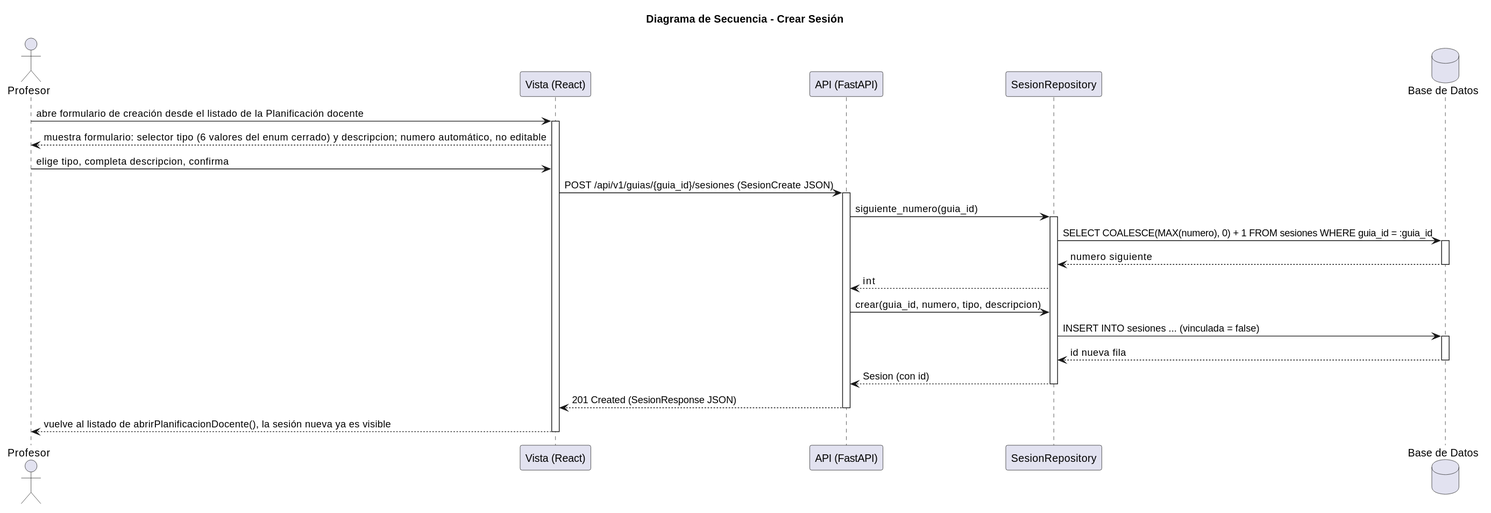
This is images/RUP/03-diseño/casos-uso/crearSesion/secuencia.svg from mmasias/pyCeldaPublico, a PlantUML export, as it was before one commit.
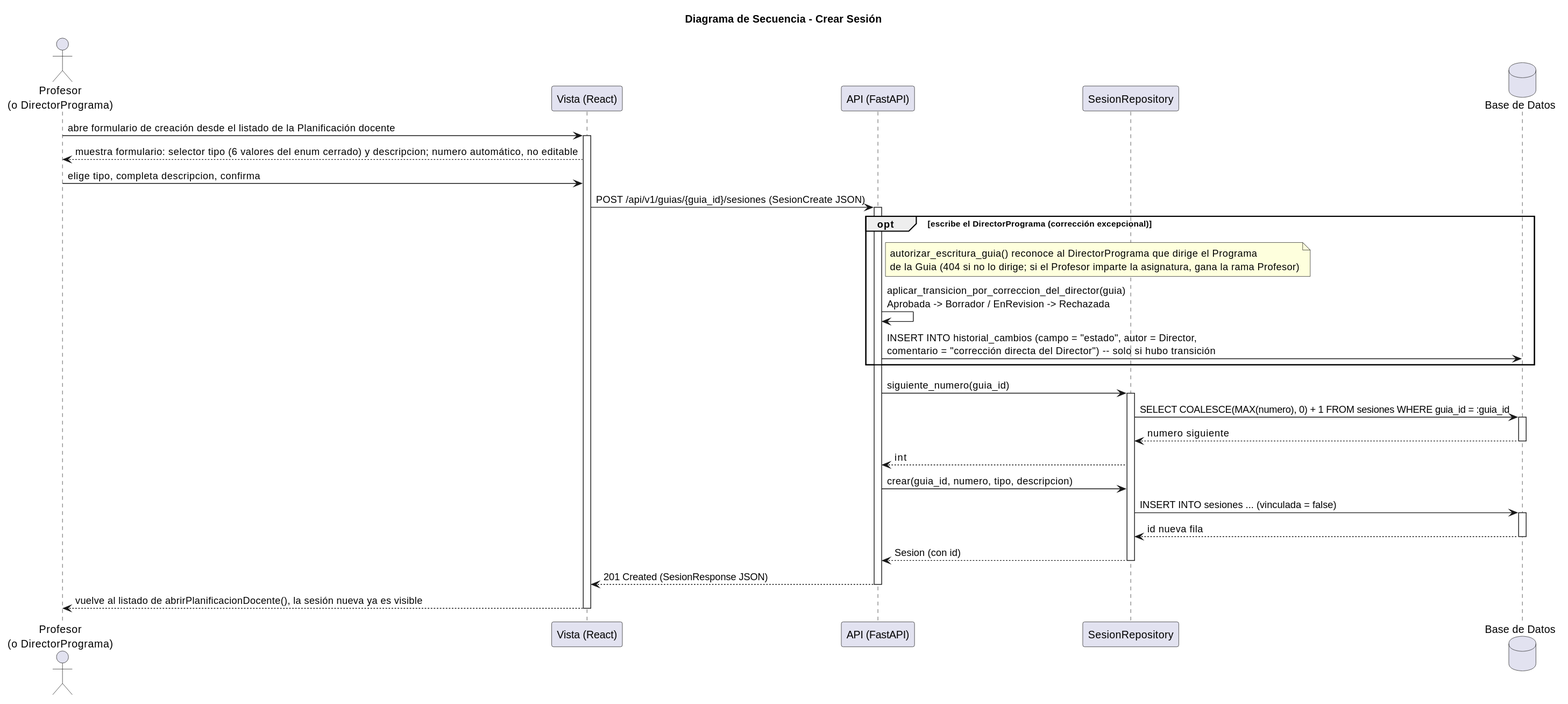
After the commit.

Diff of the diagram source:
```diff
@@ -1,7 +1,7 @@
 @startuml
 title Diagrama de Secuencia - Crear Sesión
 
-actor "Profesor" as Profesor
+actor "Profesor\n(o DirectorPrograma)" as Profesor
 participant "Vista (React)" as Vista
 participant "API (FastAPI)" as API
 participant "SesionRepository" as SesionRepo
@@ -14,6 +14,12 @@
 Profesor -> Vista: elige tipo, completa descripcion, confirma
 Vista -> API: POST /api/v1/guias/{guia_id}/sesiones (SesionCreate JSON)
 activate API
+
+opt escribe el DirectorPrograma (corrección excepcional)
+  note right of API: autorizar_escritura_guia() reconoce al DirectorPrograma que dirige el Programa\nde la Guia (404 si no lo dirige; si el Profesor imparte la asignatura, gana la rama Profesor)
+  API -> API: aplicar_transicion_por_correccion_del_director(guia)\nAprobada -> Borrador / EnRevision -> Rechazada
+  API -> DB: INSERT INTO historial_cambios (campo = "estado", autor = Director,\ncomentario = "corrección directa del Director") -- solo si hubo transición
+end
 
 API -> SesionRepo: siguiente_numero(guia_id)
 activate SesionRepo
```
